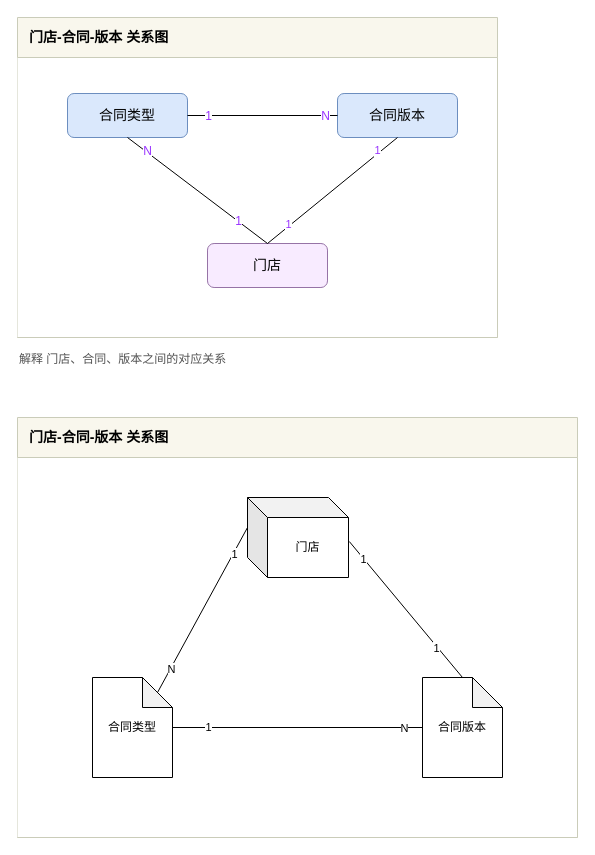
yangbe/diagrams keeps this draw.io diagram as page "门店 - 合同关系2" (3 of 3) of 伊智oa.drawio. Above is the earlier version. Source tidied: cells renumbered, new cells numbered last; positions are measured from the earlier drawing's top-left corner, leaving out a move shared by most shapes. Both pictures are drawn from the tidied source at 100%, with x=0, y=0 at pixel (17, 17).
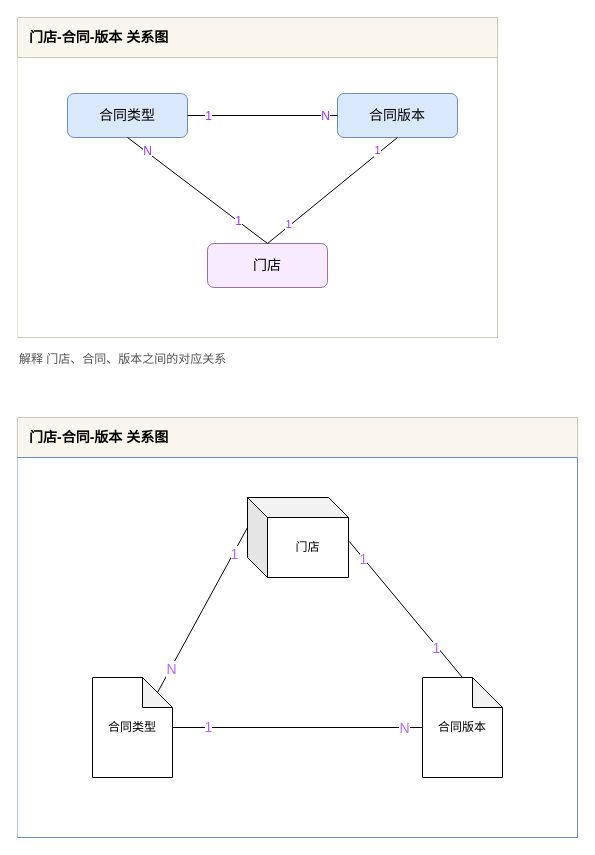
After the change.

The change refers to these unchanged cells:
```xml
<mxCell id="17" value="门店-合同-版本 关系图" style="swimlane;html=1;horizontal=1;startSize=40;rounded=0;glass=0;labelBackgroundColor=none;strokeColor=#CACCB9;fillColor=#f9f7ed;fontSize=14;align=left;spacingLeft=10;fontColor=#000000;" parent="1" vertex="1">
  <mxGeometry y="400" width="560" height="420" as="geometry" />
</mxCell>
<mxCell id="22" style="edgeStyle=none;rounded=0;jettySize=auto;html=1;exitX=0.5;exitY=0;exitDx=0;exitDy=0;exitPerimeter=0;entryX=1.008;entryY=0.55;entryDx=0;entryDy=0;entryPerimeter=0;endArrow=none;endFill=0;" parent="18" edge="1" source="20" target="19">
  <mxGeometry relative="1" as="geometry" />
</mxCell>
<mxCell id="25" style="rounded=0;jettySize=auto;html=1;exitX=0;exitY=0;exitDx=65;exitDy=15;exitPerimeter=0;entryX=0;entryY=0;entryDx=0;entryDy=30;entryPerimeter=0;endArrow=none;endFill=0;" parent="18" edge="1" source="21" target="19">
  <mxGeometry relative="1" as="geometry" />
</mxCell>
<mxCell id="28" style="edgeStyle=none;rounded=0;jettySize=auto;html=1;endArrow=none;endFill=0;" parent="18" edge="1" source="21" target="20">
  <mxGeometry relative="1" as="geometry" />
</mxCell>
```

Change to the diagram source:
```diff
@@
-    <mxCell id="18" style="swimlane;html=1;startSize=0;horizontal=0;rounded=0;fontSize=14;align=left;strokeColor=#CACCB9;fillColor=#f9f7ed;glass=0;spacingLeft=10;swimlaneFillColor=#ffffff;" parent="17" vertex="1">
+    <mxCell id="18" style="swimlane;html=1;startSize=0;horizontal=0;rounded=0;fontSize=14;align=left;strokeColor=#6c8ebf;fillColor=#dae8fc;glass=0;spacingLeft=10;swimlaneFillColor=#ffffff;" parent="17" vertex="1">
       <mxGeometry y="40" width="560" height="380" as="geometry" />
     </mxCell>
@@
-    <mxCell id="23" value="1" style="edgeLabel;html=1;align=center;verticalAlign=middle;" parent="22" vertex="1">
+    <mxCell id="23" value="1" style="edgeLabel;html=1;align=center;verticalAlign=middle;fontColor=#B266FF;fontSize=14;" parent="22" vertex="1">
       <mxGeometry x="0.75" y="1" relative="1" as="geometry" />
     </mxCell>
-    <mxCell id="24" value="1" style="edgeLabel;html=1;align=center;verticalAlign=middle;" parent="22" vertex="1">
+    <mxCell id="24" value="1" style="edgeLabel;html=1;align=center;verticalAlign=middle;fontColor=#B266FF;fontSize=14;" parent="22" vertex="1">
       <mxGeometry x="-0.55" y="1" relative="1" as="geometry">
         <mxPoint y="1" as="offset" />
       </mxGeometry>
     </mxCell>
@@
-    <mxCell id="26" value="1" style="edgeLabel;html=1;align=center;verticalAlign=middle;" parent="25" vertex="1">
+    <mxCell id="26" value="1" style="edgeLabel;html=1;align=center;verticalAlign=middle;fontSize=14;fontColor=#B266FF;" parent="25" vertex="1">
       <mxGeometry x="0.68" y="-1" relative="1" as="geometry" />
     </mxCell>
-    <mxCell id="27" value="N" style="edgeLabel;html=1;align=center;verticalAlign=middle;" parent="25" vertex="1">
+    <mxCell id="27" value="N" style="edgeLabel;html=1;align=center;verticalAlign=middle;fontSize=14;fontColor=#B266FF;" parent="25" vertex="1">
       <mxGeometry x="-0.71" y="-1" relative="1" as="geometry" />
     </mxCell>
@@
-    <mxCell id="29" value="1" style="edgeLabel;html=1;align=center;verticalAlign=middle;" parent="28" vertex="1">
+    <mxCell id="29" value="1" style="edgeLabel;html=1;align=center;verticalAlign=middle;fontColor=#B266FF;fontSize=14;" parent="28" vertex="1">
       <mxGeometry x="-0.72" y="1" relative="1" as="geometry" />
     </mxCell>
-    <mxCell id="30" value="N" style="edgeLabel;html=1;align=center;verticalAlign=middle;" parent="28" vertex="1">
+    <mxCell id="30" value="N" style="edgeLabel;html=1;align=center;verticalAlign=middle;fontColor=#B266FF;fontSize=14;" parent="28" vertex="1">
       <mxGeometry x="0.85" relative="1" as="geometry" />
     </mxCell>
```
